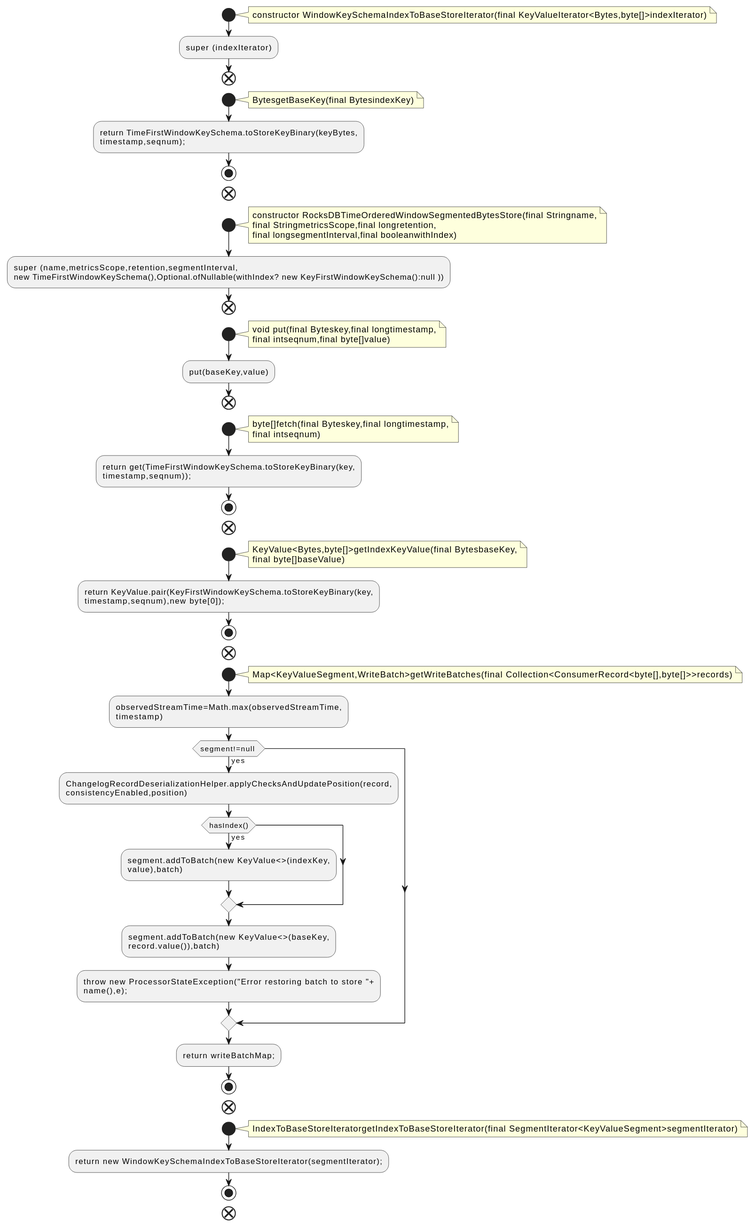
The PlantUML diagram docs/qc/streams/src/main/java/org/apache/kafka/streams/state/internals/RocksDBTimeOrderedWindowSegmentedBytesStore.java.fct.svg in qualitesys/kafka, before a commit. Its diagram source:
```plantuml
@startuml
!pragma layout smetana
start
note right
constructor WindowKeySchemaIndexToBaseStoreIterator(final KeyValueIterator<Bytes,byte[]>indexIterator)
end note
:super (indexIterator);
end
start
note right
BytesgetBaseKey(final BytesindexKey)
end note
:return TimeFirstWindowKeySchema.toStoreKeyBinary(keyBytes,
timestamp,seqnum);;
stop
end
start
note right
constructor RocksDBTimeOrderedWindowSegmentedBytesStore(final Stringname,
final StringmetricsScope,final longretention,
final longsegmentInterval,final booleanwithIndex)
end note
:super (name,metricsScope,retention,segmentInterval,
new TimeFirstWindowKeySchema(),Optional.ofNullable(withIndex? new KeyFirstWindowKeySchema():null ));
end
start
note right
void put(final Byteskey,final longtimestamp,
final intseqnum,final byte[]value)
end note
:put(baseKey,value);
end
start
note right
byte[]fetch(final Byteskey,final longtimestamp,
final intseqnum)
end note
:return get(TimeFirstWindowKeySchema.toStoreKeyBinary(key,
timestamp,seqnum));;
stop
end
start
note right
KeyValue<Bytes,byte[]>getIndexKeyValue(final BytesbaseKey,
final byte[]baseValue)
end note
:return KeyValue.pair(KeyFirstWindowKeySchema.toStoreKeyBinary(key,
timestamp,seqnum),new byte[0]);;
stop
end
start
note right
Map<KeyValueSegment,WriteBatch>getWriteBatches(final Collection<ConsumerRecord<byte[],byte[]>>records)
end note
:observedStreamTime=Math.max(observedStreamTime,
timestamp);
if (segment!=null ) then (yes)
:ChangelogRecordDeserializationHelper.applyChecksAndUpdatePosition(record,
consistencyEnabled,position);
if (hasIndex()) then (yes)
:segment.addToBatch(new KeyValue<>(indexKey,
value),batch);
endif
:segment.addToBatch(new KeyValue<>(baseKey,
record.value()),batch);
:throw new ProcessorStateException("Error restoring batch to store "+
name(),e);;
endif
:return writeBatchMap;;
stop
end
start
note right
IndexToBaseStoreIteratorgetIndexToBaseStoreIterator(final SegmentIterator<KeyValueSegment>segmentIterator)
end note
:return new WindowKeySchemaIndexToBaseStoreIterator(segmentIterator);;
stop
end
@enduml
```
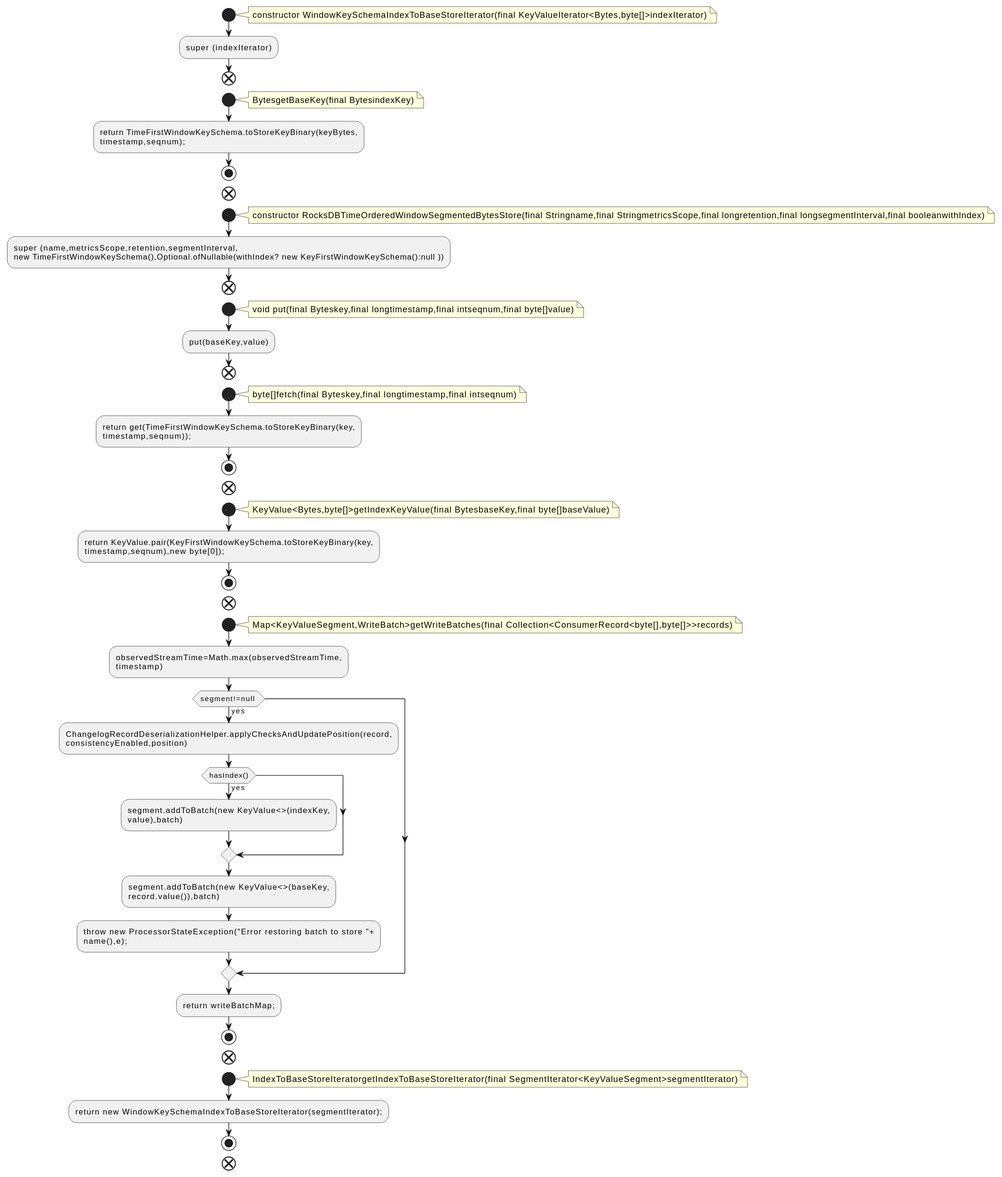
After the commit.

Diff of the diagram source:
```diff
@@ -16,24 +16,20 @@
 end
 start
 note right
-constructor RocksDBTimeOrderedWindowSegmentedBytesStore(final Stringname,
-final StringmetricsScope,final longretention,
-final longsegmentInterval,final booleanwithIndex)
+constructor RocksDBTimeOrderedWindowSegmentedBytesStore(final Stringname,final StringmetricsScope,final longretention,final longsegmentInterval,final booleanwithIndex)
 end note
 :super (name,metricsScope,retention,segmentInterval,
 new TimeFirstWindowKeySchema(),Optional.ofNullable(withIndex? new KeyFirstWindowKeySchema():null ));
 end
 start
 note right
-void put(final Byteskey,final longtimestamp,
-final intseqnum,final byte[]value)
+void put(final Byteskey,final longtimestamp,final intseqnum,final byte[]value)
 end note
 :put(baseKey,value);
 end
 start
 note right
-byte[]fetch(final Byteskey,final longtimestamp,
-final intseqnum)
+byte[]fetch(final Byteskey,final longtimestamp,final intseqnum)
 end note
 :return get(TimeFirstWindowKeySchema.toStoreKeyBinary(key,
 timestamp,seqnum));;
@@ -41,8 +37,7 @@
 end
 start
 note right
-KeyValue<Bytes,byte[]>getIndexKeyValue(final BytesbaseKey,
-final byte[]baseValue)
+KeyValue<Bytes,byte[]>getIndexKeyValue(final BytesbaseKey,final byte[]baseValue)
 end note
 :return KeyValue.pair(KeyFirstWindowKeySchema.toStoreKeyBinary(key,
 timestamp,seqnum),new byte[0]);;
```
